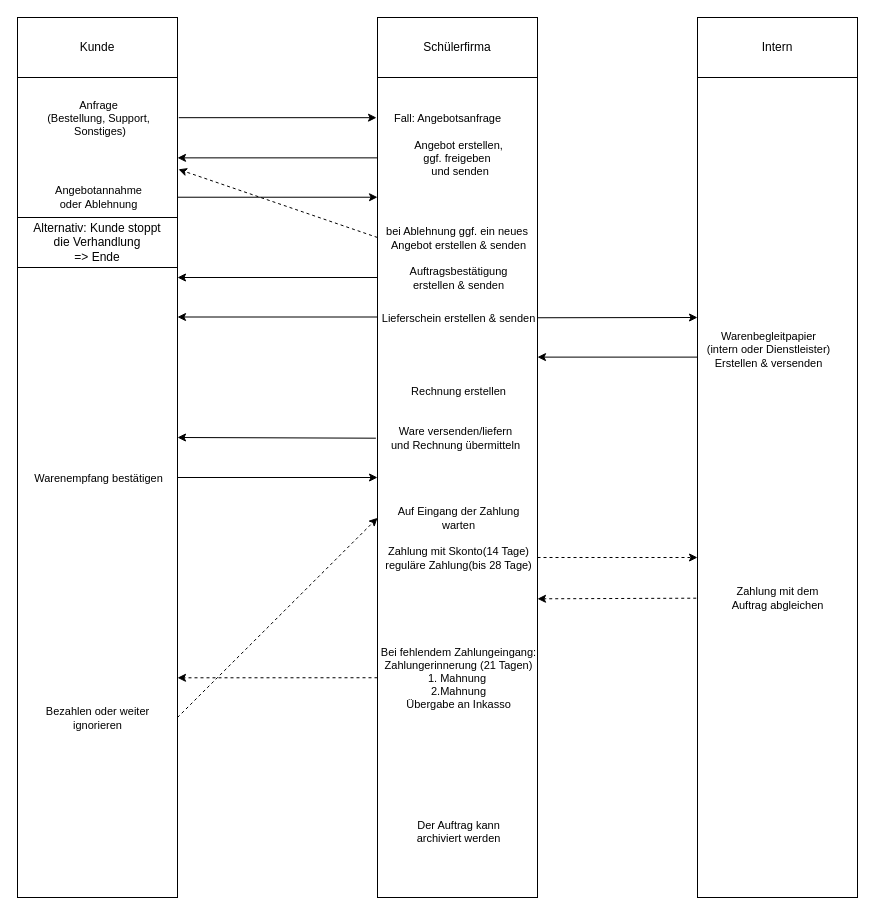
The draw.io diagram docs/Kundenkorrespondenz.drawio in lukask97/BTZ-Lingen-SchulungsERP, before the edit. Source tidied: cells renumbered, new cells numbered last; positions are measured from the earlier drawing's top-left corner, leaving out a move shared by most shapes. Both pictures are drawn from the tidied source at 100%, with x=0, y=0 at pixel (17, 17).
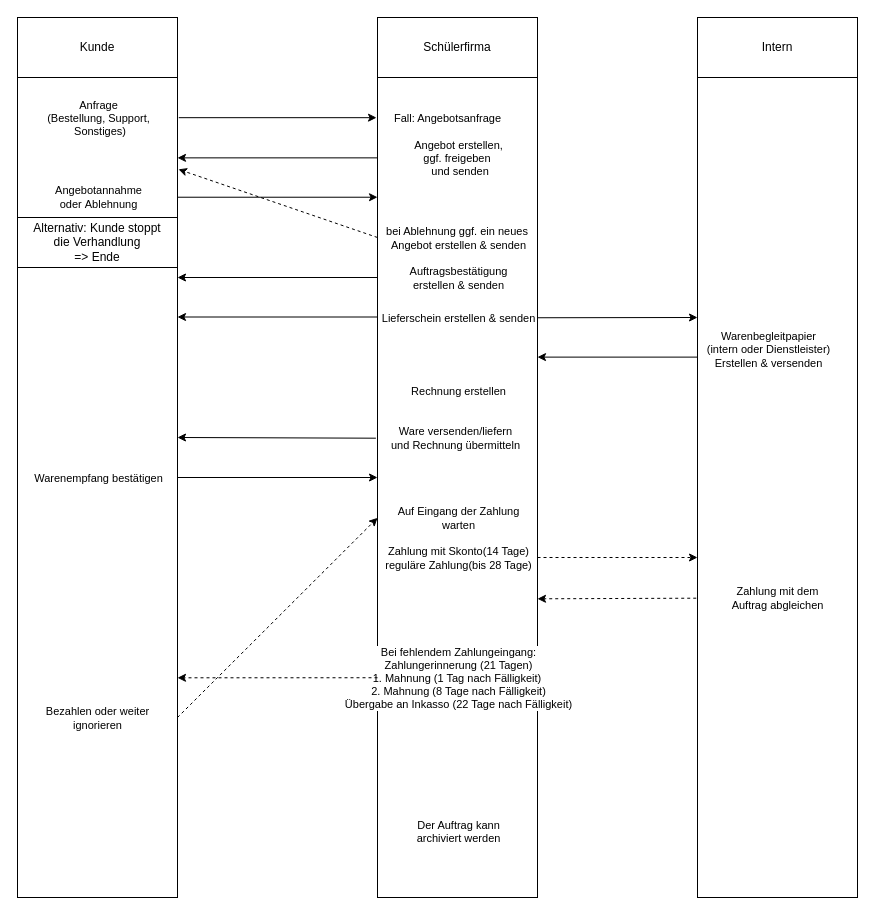
The same page after the edit.

The edit, as a diff of the source:
```diff
@@
-    <mxCell id="33" value="Bei fehlendem Zahlungeingang:&lt;br&gt;Zahlungerinnerung (21 Tagen)&lt;br&gt;1. Mahnung&amp;nbsp;&lt;br&gt;2.Mahnung&lt;br&gt;Übergabe an Inkasso" style="edgeLabel;html=1;align=center;verticalAlign=middle;" parent="1" vertex="1">
+    <mxCell id="33" value="Bei fehlendem Zahlungeingang:&lt;br&gt;Zahlungerinnerung (21 Tagen)&lt;br&gt;1. Mahnung (1 Tag nach Fälligkeit)&amp;nbsp;&lt;br&gt;2. Mahnung (8 Tage nach Fälligkeit)&lt;br&gt;Übergabe an Inkasso (22 Tage nach Fälligkeit)" style="edgeLabel;html=1;align=center;verticalAlign=middle;" parent="1" vertex="1">
       <mxGeometry x="440" y="660" as="geometry" />
     </mxCell>
```
